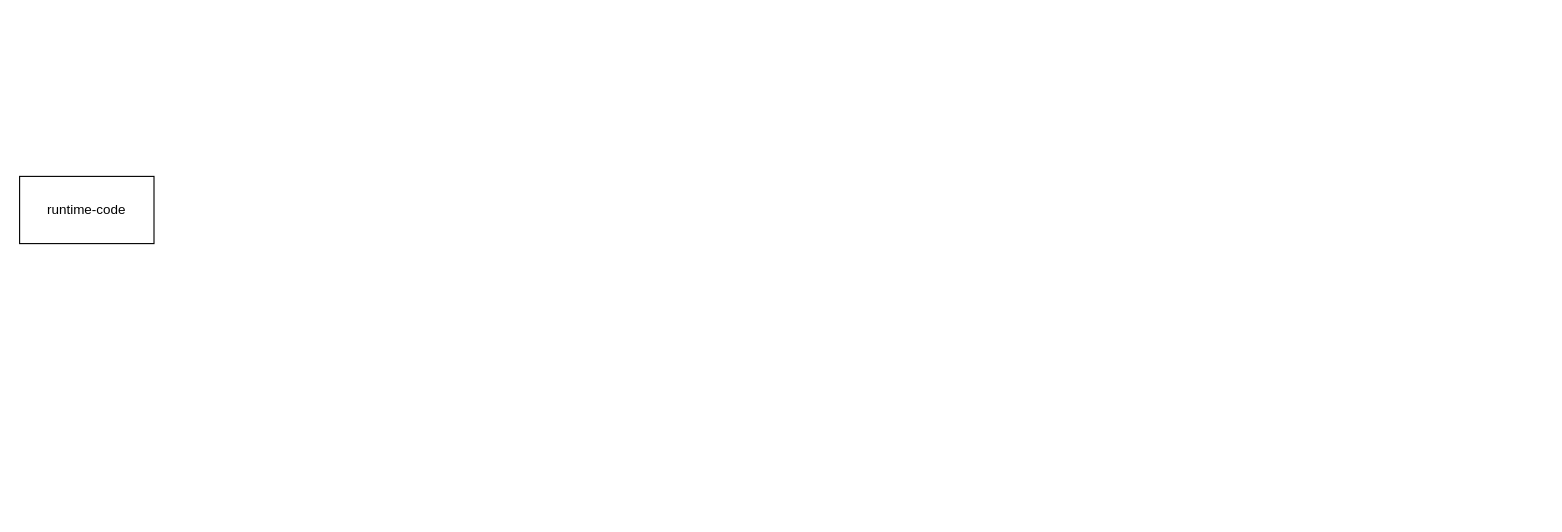
Before: drawio/runtime-core.drawio in BenLiang0419/mini-vue3, a draw.io diagram. Source tidied: cells renumbered, new cells numbered last; positions are measured from the earlier drawing's top-left corner, leaving out a move shared by most shapes. Both pictures are drawn from the tidied source at 112%, with x=0, y=0 at pixel (19, 176).
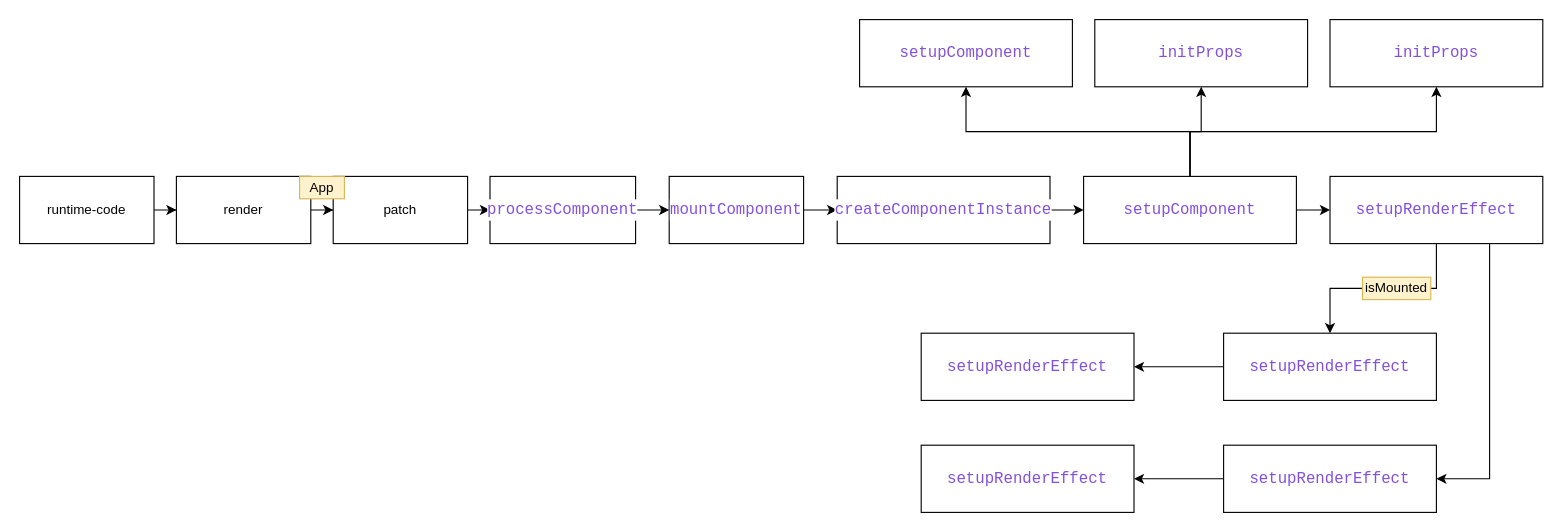
After the change.

Commit message (it also covers changes not shown here):
feat: 画图runtime-core

The change refers to these unchanged cells:
```xml
<mxCell id="2" value="runtime-code" style="rounded=0;whiteSpace=wrap;html=1;" parent="1" vertex="1">
  <mxGeometry width="120" height="60" as="geometry" />
</mxCell>
```

Change to the diagram source:
```diff
@@
+    <mxCell id="3" style="edgeStyle=orthogonalEdgeStyle;rounded=0;jettySize=auto;html=1;" parent="1" edge="1" source="2" target="5">
+      <mxGeometry relative="1" as="geometry" />
+    </mxCell>
@@
+    <mxCell id="4" style="edgeStyle=orthogonalEdgeStyle;rounded=0;jettySize=auto;html=1;" parent="1" edge="1" source="5" target="7">
+      <mxGeometry relative="1" as="geometry" />
+    </mxCell>
+    <mxCell id="5" value="render" style="rounded=0;whiteSpace=wrap;html=1;" parent="1" vertex="1">
+      <mxGeometry x="140" width="120" height="60" as="geometry" />
+    </mxCell>
+    <mxCell id="6" style="edgeStyle=orthogonalEdgeStyle;rounded=0;jettySize=auto;html=1;" parent="1" edge="1" source="7" target="9">
+      <mxGeometry relative="1" as="geometry" />
+    </mxCell>
+    <mxCell id="7" value="patch" style="rounded=0;whiteSpace=wrap;html=1;" parent="1" vertex="1">
+      <mxGeometry x="280" width="120" height="60" as="geometry" />
+    </mxCell>
+    <mxCell id="8" style="edgeStyle=orthogonalEdgeStyle;rounded=0;jettySize=auto;html=1;" parent="1" edge="1" source="9" target="11">
+      <mxGeometry relative="1" as="geometry" />
+    </mxCell>
+    <mxCell id="9" value="&lt;div style=&quot;color: rgb(36 , 41 , 47) ; background-color: rgb(255 , 255 , 255) ; font-family: &amp;#34;consolas&amp;#34; , &amp;#34;courier new&amp;#34; , monospace ; font-size: 14px ; line-height: 19px ; white-space: pre&quot;&gt;&lt;span style=&quot;color: #8250df&quot;&gt;processComponent&lt;/span&gt;&lt;/div&gt;" style="rounded=0;whiteSpace=wrap;html=1;" parent="1" vertex="1">
+      <mxGeometry x="420" width="130" height="60" as="geometry" />
+    </mxCell>
+    <mxCell id="10" style="edgeStyle=orthogonalEdgeStyle;rounded=0;jettySize=auto;html=1;entryX=0;entryY=0.5;entryDx=0;entryDy=0;" parent="1" edge="1" source="11" target="13">
+      <mxGeometry relative="1" as="geometry" />
+    </mxCell>
+    <mxCell id="11" value="&lt;div style=&quot;color: rgb(36 , 41 , 47) ; background-color: rgb(255 , 255 , 255) ; font-family: &amp;#34;consolas&amp;#34; , &amp;#34;courier new&amp;#34; , monospace ; font-size: 14px ; line-height: 19px ; white-space: pre&quot;&gt;&lt;div style=&quot;font-family: &amp;#34;consolas&amp;#34; , &amp;#34;courier new&amp;#34; , monospace ; line-height: 19px&quot;&gt;&lt;span style=&quot;color: #8250df&quot;&gt;mountComponent&lt;/span&gt;&lt;/div&gt;&lt;/div&gt;" style="rounded=0;whiteSpace=wrap;html=1;" parent="1" vertex="1">
+      <mxGeometry x="580" width="120" height="60" as="geometry" />
+    </mxCell>
+    <mxCell id="12" style="edgeStyle=orthogonalEdgeStyle;rounded=0;jettySize=auto;html=1;" parent="1" edge="1" source="13" target="19">
+      <mxGeometry relative="1" as="geometry" />
+    </mxCell>
+    <mxCell id="13" value="&lt;div style=&quot;color: rgb(36 , 41 , 47) ; background-color: rgb(255 , 255 , 255) ; font-family: &amp;#34;consolas&amp;#34; , &amp;#34;courier new&amp;#34; , monospace ; font-size: 14px ; line-height: 19px ; white-space: pre&quot;&gt;&lt;div style=&quot;font-family: &amp;#34;consolas&amp;#34; , &amp;#34;courier new&amp;#34; , monospace ; line-height: 19px&quot;&gt;&lt;div style=&quot;font-family: &amp;#34;consolas&amp;#34; , &amp;#34;courier new&amp;#34; , monospace ; line-height: 19px&quot;&gt;&lt;span style=&quot;color: #8250df&quot;&gt;createComponentInstance&lt;/span&gt;&lt;/div&gt;&lt;/div&gt;&lt;/div&gt;" style="rounded=0;whiteSpace=wrap;html=1;" parent="1" vertex="1">
+      <mxGeometry x="730" width="190" height="60" as="geometry" />
+    </mxCell>
+    <mxCell id="14" value="App" style="text;html=1;strokeColor=#d6b656;fillColor=#fff2cc;align=center;verticalAlign=middle;whiteSpace=wrap;rounded=0;" parent="1" vertex="1">
+      <mxGeometry x="250" width="40" height="20" as="geometry" />
+    </mxCell>
+    <mxCell id="15" style="edgeStyle=orthogonalEdgeStyle;rounded=0;jettySize=auto;html=1;entryX=0.5;entryY=1;entryDx=0;entryDy=0;" parent="1" edge="1" source="19" target="28">
+      <mxGeometry relative="1" as="geometry">
+        <Array as="points">
+          <mxPoint x="1045" y="-40" />
+          <mxPoint x="845" y="-40" />
+        </Array>
+      </mxGeometry>
+    </mxCell>
+    <mxCell id="16" style="edgeStyle=orthogonalEdgeStyle;rounded=0;jettySize=auto;html=1;entryX=0.5;entryY=1;entryDx=0;entryDy=0;" parent="1" edge="1" source="19" target="26">
+      <mxGeometry relative="1" as="geometry" />
+    </mxCell>
+    <mxCell id="17" style="edgeStyle=orthogonalEdgeStyle;rounded=0;jettySize=auto;html=1;entryX=0.5;entryY=1;entryDx=0;entryDy=0;" parent="1" edge="1" source="19" target="27">
+      <mxGeometry relative="1" as="geometry">
+        <Array as="points">
+          <mxPoint x="1045" y="-40" />
+          <mxPoint x="1265" y="-40" />
+        </Array>
+      </mxGeometry>
+    </mxCell>
+    <mxCell id="18" style="edgeStyle=orthogonalEdgeStyle;rounded=0;jettySize=auto;html=1;" parent="1" edge="1" source="19" target="22">
+      <mxGeometry relative="1" as="geometry" />
+    </mxCell>
+    <mxCell id="19" value="&lt;div style=&quot;color: rgb(36 , 41 , 47) ; background-color: rgb(255 , 255 , 255) ; font-family: &amp;#34;consolas&amp;#34; , &amp;#34;courier new&amp;#34; , monospace ; font-size: 14px ; line-height: 19px ; white-space: pre&quot;&gt;&lt;div style=&quot;font-family: &amp;#34;consolas&amp;#34; , &amp;#34;courier new&amp;#34; , monospace ; line-height: 19px&quot;&gt;&lt;div style=&quot;font-family: &amp;#34;consolas&amp;#34; , &amp;#34;courier new&amp;#34; , monospace ; line-height: 19px&quot;&gt;&lt;div style=&quot;font-family: &amp;#34;consolas&amp;#34; , &amp;#34;courier new&amp;#34; , monospace ; line-height: 19px&quot;&gt;&lt;span style=&quot;color: #8250df&quot;&gt;setupComponent&lt;/span&gt;&lt;/div&gt;&lt;/div&gt;&lt;/div&gt;&lt;/div&gt;" style="rounded=0;whiteSpace=wrap;html=1;" parent="1" vertex="1">
+      <mxGeometry x="950" width="190" height="60" as="geometry" />
+    </mxCell>
+    <mxCell id="20" style="edgeStyle=orthogonalEdgeStyle;rounded=0;jettySize=auto;html=1;" parent="1" edge="1" source="22" target="24">
+      <mxGeometry relative="1" as="geometry" />
+    </mxCell>
+    <mxCell id="21" style="edgeStyle=orthogonalEdgeStyle;rounded=0;jettySize=auto;html=1;exitX=0.75;exitY=1;exitDx=0;exitDy=0;entryX=1;entryY=0.5;entryDx=0;entryDy=0;" parent="1" edge="1" source="22" target="30">
+      <mxGeometry relative="1" as="geometry" />
+    </mxCell>
+    <mxCell id="22" value="&lt;div style=&quot;color: rgb(36 , 41 , 47) ; background-color: rgb(255 , 255 , 255) ; font-family: &amp;#34;consolas&amp;#34; , &amp;#34;courier new&amp;#34; , monospace ; font-size: 14px ; line-height: 19px ; white-space: pre&quot;&gt;&lt;div style=&quot;font-family: &amp;#34;consolas&amp;#34; , &amp;#34;courier new&amp;#34; , monospace ; line-height: 19px&quot;&gt;&lt;div style=&quot;font-family: &amp;#34;consolas&amp;#34; , &amp;#34;courier new&amp;#34; , monospace ; line-height: 19px&quot;&gt;&lt;div style=&quot;font-family: &amp;#34;consolas&amp;#34; , &amp;#34;courier new&amp;#34; , monospace ; line-height: 19px&quot;&gt;&lt;div style=&quot;font-family: &amp;#34;consolas&amp;#34; , &amp;#34;courier new&amp;#34; , monospace ; line-height: 19px&quot;&gt;&lt;span style=&quot;color: #8250df&quot;&gt;setupRenderEffect&lt;/span&gt;&lt;/div&gt;&lt;/div&gt;&lt;/div&gt;&lt;/div&gt;&lt;/div&gt;" style="rounded=0;whiteSpace=wrap;html=1;" parent="1" vertex="1">
+      <mxGeometry x="1170" width="190" height="60" as="geometry" />
+    </mxCell>
+    <mxCell id="23" style="edgeStyle=orthogonalEdgeStyle;rounded=0;jettySize=auto;html=1;" parent="1" edge="1" source="24" target="25">
+      <mxGeometry relative="1" as="geometry" />
+    </mxCell>
+    <mxCell id="24" value="&lt;div style=&quot;color: rgb(36 , 41 , 47) ; background-color: rgb(255 , 255 , 255) ; font-family: &amp;#34;consolas&amp;#34; , &amp;#34;courier new&amp;#34; , monospace ; font-size: 14px ; line-height: 19px ; white-space: pre&quot;&gt;&lt;div style=&quot;font-family: &amp;#34;consolas&amp;#34; , &amp;#34;courier new&amp;#34; , monospace ; line-height: 19px&quot;&gt;&lt;div style=&quot;font-family: &amp;#34;consolas&amp;#34; , &amp;#34;courier new&amp;#34; , monospace ; line-height: 19px&quot;&gt;&lt;div style=&quot;font-family: &amp;#34;consolas&amp;#34; , &amp;#34;courier new&amp;#34; , monospace ; line-height: 19px&quot;&gt;&lt;div style=&quot;font-family: &amp;#34;consolas&amp;#34; , &amp;#34;courier new&amp;#34; , monospace ; line-height: 19px&quot;&gt;&lt;span style=&quot;color: #8250df&quot;&gt;setupRenderEffect&lt;/span&gt;&lt;/div&gt;&lt;/div&gt;&lt;/div&gt;&lt;/div&gt;&lt;/div&gt;" style="rounded=0;whiteSpace=wrap;html=1;" parent="1" vertex="1">
+      <mxGeometry x="1075" y="140" width="190" height="60" as="geometry" />
+    </mxCell>
+    <mxCell id="25" value="&lt;div style=&quot;color: rgb(36 , 41 , 47) ; background-color: rgb(255 , 255 , 255) ; font-family: &amp;#34;consolas&amp;#34; , &amp;#34;courier new&amp;#34; , monospace ; font-size: 14px ; line-height: 19px ; white-space: pre&quot;&gt;&lt;div style=&quot;font-family: &amp;#34;consolas&amp;#34; , &amp;#34;courier new&amp;#34; , monospace ; line-height: 19px&quot;&gt;&lt;div style=&quot;font-family: &amp;#34;consolas&amp;#34; , &amp;#34;courier new&amp;#34; , monospace ; line-height: 19px&quot;&gt;&lt;div style=&quot;font-family: &amp;#34;consolas&amp;#34; , &amp;#34;courier new&amp;#34; , monospace ; line-height: 19px&quot;&gt;&lt;div style=&quot;font-family: &amp;#34;consolas&amp;#34; , &amp;#34;courier new&amp;#34; , monospace ; line-height: 19px&quot;&gt;&lt;span style=&quot;color: #8250df&quot;&gt;setupRenderEffect&lt;/span&gt;&lt;/div&gt;&lt;/div&gt;&lt;/div&gt;&lt;/div&gt;&lt;/div&gt;" style="rounded=0;whiteSpace=wrap;html=1;" parent="1" vertex="1">
+      <mxGeometry x="805" y="140" width="190" height="60" as="geometry" />
+    </mxCell>
+    <mxCell id="26" value="&lt;div style=&quot;color: rgb(36 , 41 , 47) ; background-color: rgb(255 , 255 , 255) ; font-family: &amp;#34;consolas&amp;#34; , &amp;#34;courier new&amp;#34; , monospace ; font-size: 14px ; line-height: 19px ; white-space: pre&quot;&gt;&lt;div style=&quot;font-family: &amp;#34;consolas&amp;#34; , &amp;#34;courier new&amp;#34; , monospace ; line-height: 19px&quot;&gt;&lt;div style=&quot;font-family: &amp;#34;consolas&amp;#34; , &amp;#34;courier new&amp;#34; , monospace ; line-height: 19px&quot;&gt;&lt;div style=&quot;font-family: &amp;#34;consolas&amp;#34; , &amp;#34;courier new&amp;#34; , monospace ; line-height: 19px&quot;&gt;&lt;div style=&quot;font-family: &amp;#34;consolas&amp;#34; , &amp;#34;courier new&amp;#34; , monospace ; line-height: 19px&quot;&gt;&lt;span style=&quot;color: #8250df&quot;&gt;initProps&lt;/span&gt;&lt;/div&gt;&lt;/div&gt;&lt;/div&gt;&lt;/div&gt;&lt;/div&gt;" style="rounded=0;whiteSpace=wrap;html=1;" parent="1" vertex="1">
+      <mxGeometry x="960" y="-140" width="190" height="60" as="geometry" />
+    </mxCell>
+    <mxCell id="27" value="&lt;div style=&quot;color: rgb(36 , 41 , 47) ; background-color: rgb(255 , 255 , 255) ; font-family: &amp;#34;consolas&amp;#34; , &amp;#34;courier new&amp;#34; , monospace ; font-size: 14px ; line-height: 19px ; white-space: pre&quot;&gt;&lt;div style=&quot;font-family: &amp;#34;consolas&amp;#34; , &amp;#34;courier new&amp;#34; , monospace ; line-height: 19px&quot;&gt;&lt;div style=&quot;font-family: &amp;#34;consolas&amp;#34; , &amp;#34;courier new&amp;#34; , monospace ; line-height: 19px&quot;&gt;&lt;div style=&quot;font-family: &amp;#34;consolas&amp;#34; , &amp;#34;courier new&amp;#34; , monospace ; line-height: 19px&quot;&gt;&lt;div style=&quot;font-family: &amp;#34;consolas&amp;#34; , &amp;#34;courier new&amp;#34; , monospace ; line-height: 19px&quot;&gt;&lt;span style=&quot;color: #8250df&quot;&gt;initProps&lt;/span&gt;&lt;/div&gt;&lt;/div&gt;&lt;/div&gt;&lt;/div&gt;&lt;/div&gt;" style="rounded=0;whiteSpace=wrap;html=1;" parent="1" vertex="1">
+      <mxGeometry x="1170" y="-140" width="190" height="60" as="geometry" />
+    </mxCell>
+    <mxCell id="28" value="&lt;div style=&quot;color: rgb(36 , 41 , 47) ; background-color: rgb(255 , 255 , 255) ; font-family: &amp;#34;consolas&amp;#34; , &amp;#34;courier new&amp;#34; , monospace ; font-size: 14px ; line-height: 19px ; white-space: pre&quot;&gt;&lt;div style=&quot;font-family: &amp;#34;consolas&amp;#34; , &amp;#34;courier new&amp;#34; , monospace ; line-height: 19px&quot;&gt;&lt;div style=&quot;font-family: &amp;#34;consolas&amp;#34; , &amp;#34;courier new&amp;#34; , monospace ; line-height: 19px&quot;&gt;&lt;div style=&quot;font-family: &amp;#34;consolas&amp;#34; , &amp;#34;courier new&amp;#34; , monospace ; line-height: 19px&quot;&gt;&lt;span style=&quot;color: #8250df&quot;&gt;setupComponent&lt;/span&gt;&lt;/div&gt;&lt;/div&gt;&lt;/div&gt;&lt;/div&gt;" style="rounded=0;whiteSpace=wrap;html=1;" parent="1" vertex="1">
+      <mxGeometry x="750" y="-140" width="190" height="60" as="geometry" />
+    </mxCell>
+    <mxCell id="29" style="edgeStyle=orthogonalEdgeStyle;rounded=0;jettySize=auto;html=1;" parent="1" edge="1" source="30" target="31">
+      <mxGeometry relative="1" as="geometry" />
+    </mxCell>
+    <mxCell id="30" value="&lt;div style=&quot;color: rgb(36 , 41 , 47) ; background-color: rgb(255 , 255 , 255) ; font-family: &amp;#34;consolas&amp;#34; , &amp;#34;courier new&amp;#34; , monospace ; font-size: 14px ; line-height: 19px ; white-space: pre&quot;&gt;&lt;div style=&quot;font-family: &amp;#34;consolas&amp;#34; , &amp;#34;courier new&amp;#34; , monospace ; line-height: 19px&quot;&gt;&lt;div style=&quot;font-family: &amp;#34;consolas&amp;#34; , &amp;#34;courier new&amp;#34; , monospace ; line-height: 19px&quot;&gt;&lt;div style=&quot;font-family: &amp;#34;consolas&amp;#34; , &amp;#34;courier new&amp;#34; , monospace ; line-height: 19px&quot;&gt;&lt;div style=&quot;font-family: &amp;#34;consolas&amp;#34; , &amp;#34;courier new&amp;#34; , monospace ; line-height: 19px&quot;&gt;&lt;span style=&quot;color: #8250df&quot;&gt;setupRenderEffect&lt;/span&gt;&lt;/div&gt;&lt;/div&gt;&lt;/div&gt;&lt;/div&gt;&lt;/div&gt;" style="rounded=0;whiteSpace=wrap;html=1;" parent="1" vertex="1">
+      <mxGeometry x="1075" y="240" width="190" height="60" as="geometry" />
+    </mxCell>
+    <mxCell id="31" value="&lt;div style=&quot;color: rgb(36 , 41 , 47) ; background-color: rgb(255 , 255 , 255) ; font-family: &amp;#34;consolas&amp;#34; , &amp;#34;courier new&amp;#34; , monospace ; font-size: 14px ; line-height: 19px ; white-space: pre&quot;&gt;&lt;div style=&quot;font-family: &amp;#34;consolas&amp;#34; , &amp;#34;courier new&amp;#34; , monospace ; line-height: 19px&quot;&gt;&lt;div style=&quot;font-family: &amp;#34;consolas&amp;#34; , &amp;#34;courier new&amp;#34; , monospace ; line-height: 19px&quot;&gt;&lt;div style=&quot;font-family: &amp;#34;consolas&amp;#34; , &amp;#34;courier new&amp;#34; , monospace ; line-height: 19px&quot;&gt;&lt;div style=&quot;font-family: &amp;#34;consolas&amp;#34; , &amp;#34;courier new&amp;#34; , monospace ; line-height: 19px&quot;&gt;&lt;span style=&quot;color: #8250df&quot;&gt;setupRenderEffect&lt;/span&gt;&lt;/div&gt;&lt;/div&gt;&lt;/div&gt;&lt;/div&gt;&lt;/div&gt;" style="rounded=0;whiteSpace=wrap;html=1;" parent="1" vertex="1">
+      <mxGeometry x="805" y="240" width="190" height="60" as="geometry" />
+    </mxCell>
+    <mxCell id="32" value="isMounted" style="text;html=1;strokeColor=#d6b656;fillColor=#fff2cc;align=center;verticalAlign=middle;whiteSpace=wrap;rounded=0;" parent="1" vertex="1">
+      <mxGeometry x="1199" y="90" width="61" height="20" as="geometry" />
+    </mxCell>
```
